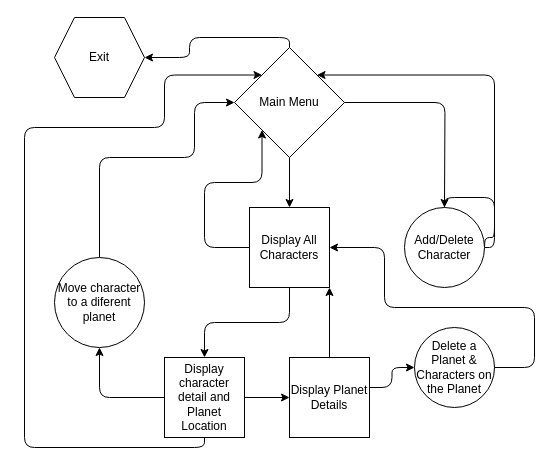
mbeale210/python-p3-v2-final-project-template keeps this draw.io diagram as StarWars-nav-flow.drawio. Above is the earlier version. Source tidied: cells renumbered, new cells numbered last; positions are measured from the earlier drawing's top-left corner, leaving out a move shared by most shapes. Both pictures are drawn from the tidied source at 100%, with x=0, y=0 at pixel (24, 17).
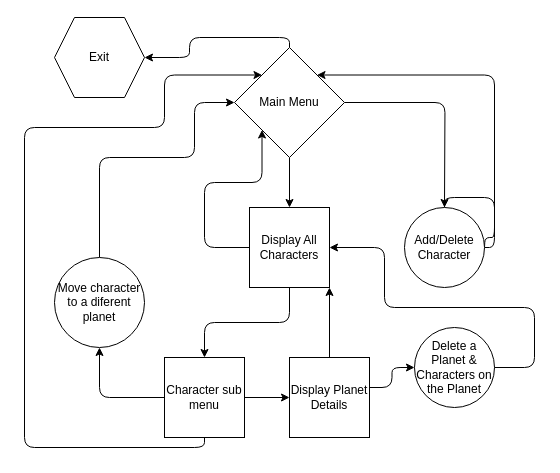
Above is the later version.

Commit message:
navflow better description

The edit, as a diff of the source:
```diff
@@
-    <mxCell id="14" value="Display character detail and Planet Location" style="whiteSpace=wrap;html=1;" parent="1" vertex="1">
+    <mxCell id="14" value="Character sub menu" style="whiteSpace=wrap;html=1;" parent="1" vertex="1">
       <mxGeometry x="140" y="340" width="80" height="80" as="geometry" />
     </mxCell>
```
